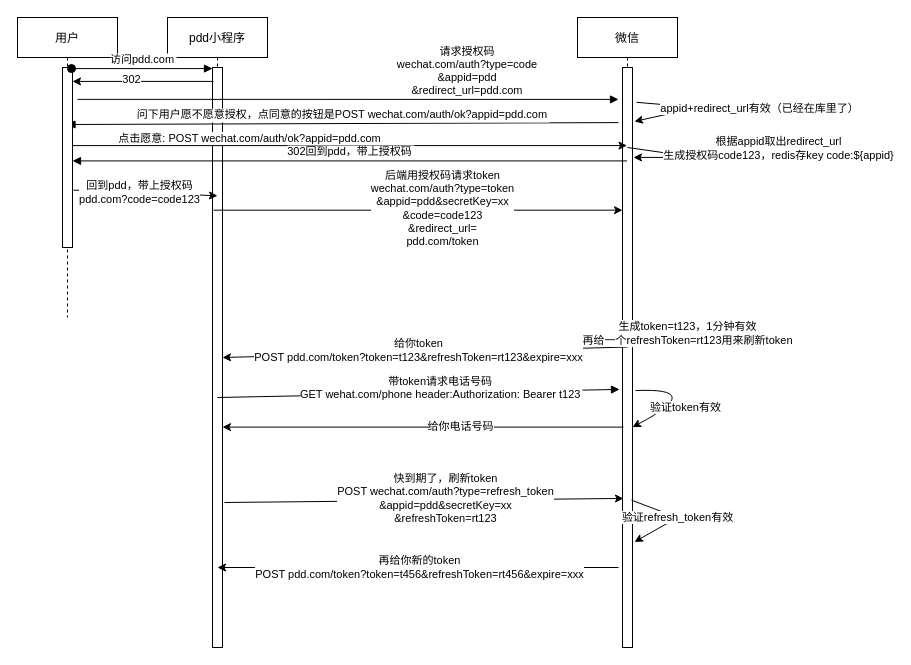
Earlier version of the draw.io diagram 未命名绘图.drawio (SteveWongBUAA/diagrams). Source tidied: cells renumbered, new cells numbered last; positions are measured from the earlier drawing's top-left corner, leaving out a move shared by most shapes. Both pictures are drawn from the tidied source at 100%, with x=0, y=0 at pixel (17, 17).
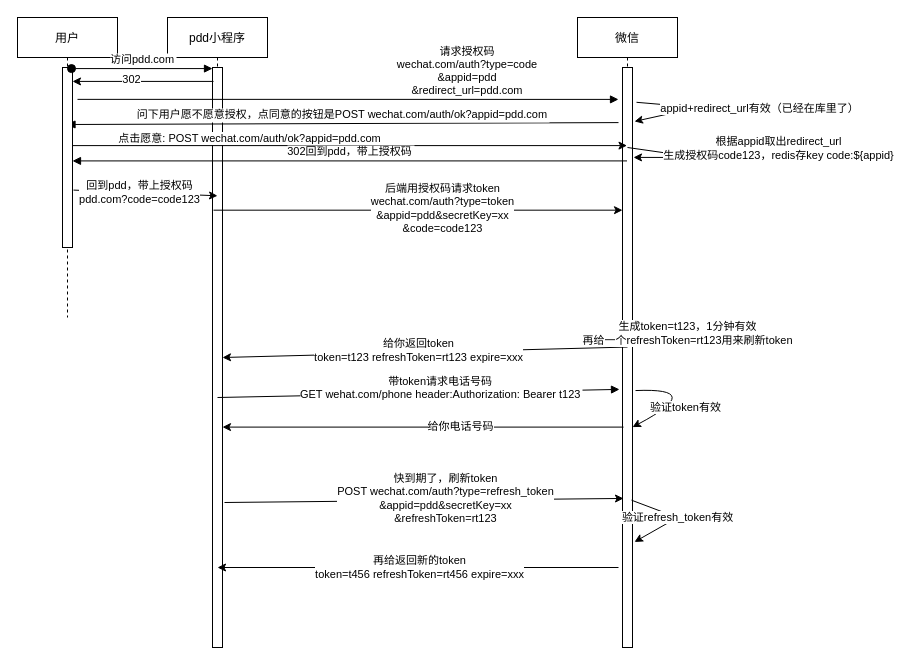
Above is the later version.

Commit message:
更新未命名绘图.drawio

Unchanged cells that the change refers to:
```xml
<mxCell id="20" style="endArrow=classic;html=1;entryX=1;entryY=0.632;entryDx=0;entryDy=0;entryPerimeter=0;exitX=0.5;exitY=0.482;exitDx=0;exitDy=0;exitPerimeter=0;" parent="1" edge="1" source="5">
  <mxGeometry relative="1" as="geometry">
    <mxPoint x="205" y="340" as="targetPoint" />
  </mxGeometry>
</mxCell>
<mxCell id="30" style="endArrow=classic;html=1;exitX=0.1;exitY=0.246;exitDx=0;exitDy=0;exitPerimeter=0;entryX=0;entryY=0.246;entryDx=0;entryDy=0;entryPerimeter=0;" parent="1" edge="1" source="3" target="5">
  <mxGeometry relative="1" as="geometry" />
</mxCell>
<mxCell id="34" style="endArrow=classic;html=1;exitX=0.1;exitY=0.62;exitDx=0;exitDy=0;exitPerimeter=0;" parent="1" edge="1">
  <mxGeometry relative="1" as="geometry">
    <mxPoint x="601" y="550" as="sourcePoint" />
    <mxPoint x="200" y="550" as="targetPoint" />
  </mxGeometry>
</mxCell>
```

The edit, as a diff of the source:
```diff
@@
-    <mxCell id="21" value="给你token&lt;br&gt;POST pdd.com/token?token=t123&amp;amp;refreshToken=rt123&amp;amp;expire=xxx" style="edgeLabel;html=1;align=center;verticalAlign=middle;" parent="20" vertex="1">
+    <mxCell id="21" value="给你返回token&lt;br&gt;token=t123 refreshToken=rt123 expire=xxx" style="edgeLabel;html=1;align=center;verticalAlign=middle;" parent="20" vertex="1">
       <mxGeometry x="-0.18" y="-1" relative="1" as="geometry">
         <mxPoint x="-44" as="offset" />
       </mxGeometry>
     </mxCell>
@@
-    <mxCell id="31" value="后端用授权码请求token&lt;br&gt;wechat.com/auth?type=token&lt;br&gt;&amp;amp;appid=pdd&amp;amp;secretKey=xx&lt;br&gt;&amp;amp;code=code123&lt;br&gt;&amp;amp;redirect_url=&lt;br&gt;pdd.com/token" style="edgeLabel;html=1;align=center;verticalAlign=middle;" parent="30" vertex="1">
+    <mxCell id="31" value="后端用授权码请求token&lt;br&gt;wechat.com/auth?type=token&lt;br&gt;&amp;amp;appid=pdd&amp;amp;secretKey=xx&lt;br&gt;&amp;amp;code=code123" style="edgeLabel;html=1;align=center;verticalAlign=middle;" parent="30" vertex="1">
       <mxGeometry x="0.23" y="2" relative="1" as="geometry">
         <mxPoint x="-24" as="offset" />
       </mxGeometry>
     </mxCell>
@@
-    <mxCell id="35" value="再给你新的token&lt;br&gt;POST pdd.com/token?token=t456&amp;amp;refreshToken=rt456&amp;amp;expire=xxx" style="edgeLabel;html=1;align=center;verticalAlign=middle;" parent="34" vertex="1">
+    <mxCell id="35" value="再给返回新的token&lt;br&gt;token=t456 refreshToken=rt456 expire=xxx" style="edgeLabel;html=1;align=center;verticalAlign=middle;" parent="34" vertex="1">
       <mxGeometry x="-0.18" y="-1" relative="1" as="geometry">
         <mxPoint x="-36" as="offset" />
       </mxGeometry>
     </mxCell>
```
